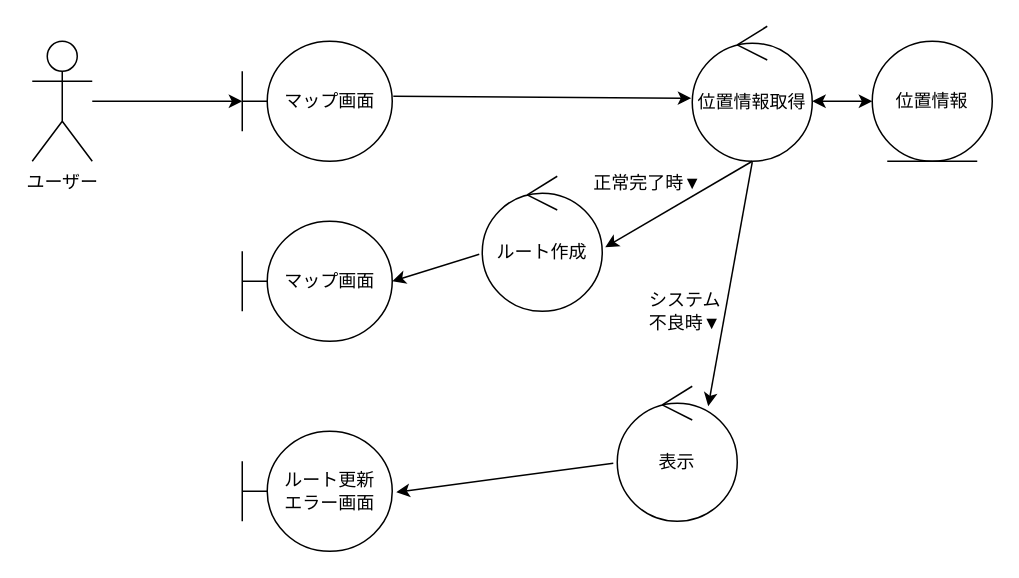
Before: page "ルート表示" (6 of 8) of out/ロバストネス図/ユーザー２-ロバストネス図.drawio in ksw2270227/GroupF, a draw.io diagram. Source tidied: cells renumbered, new cells numbered last; positions are measured from the earlier drawing's top-left corner, leaving out a move shared by most shapes. Both pictures are drawn from the tidied source at 150%, with x=0, y=0 at pixel (32, 26).
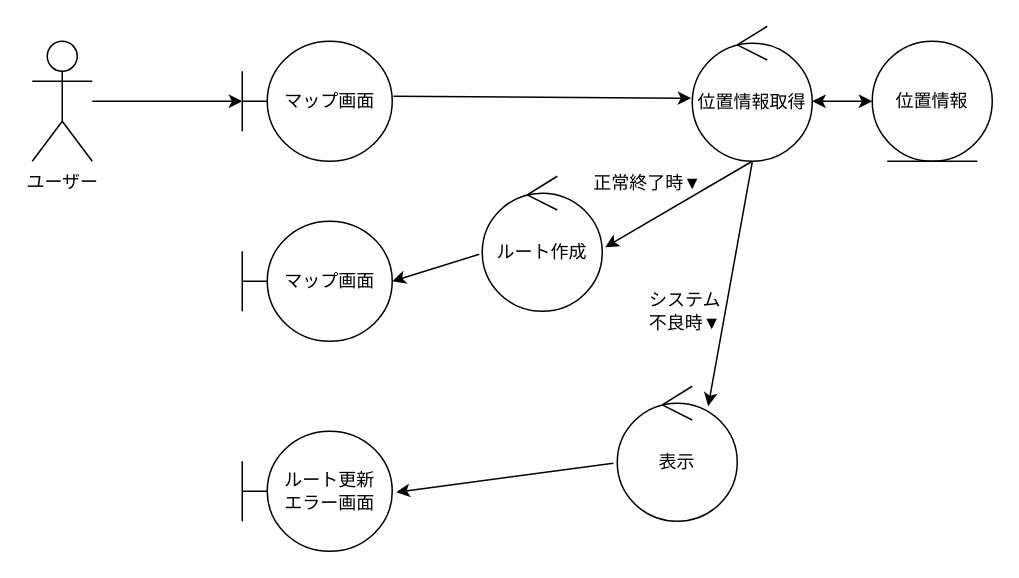
Above is the later version.

Diff of the diagram source:
```diff
@@
-    <mxCell id="13" value="正常完了時▼" style="text;html=1;align=center;verticalAlign=middle;strokeColor=none;fillColor=none;" parent="1" vertex="1">
+    <mxCell id="13" value="正常終了時▼" style="text;html=1;align=center;verticalAlign=middle;strokeColor=none;fillColor=none;" parent="1" vertex="1">
       <mxGeometry x="360" y="90" width="100" height="30" as="geometry" />
     </mxCell>
```
